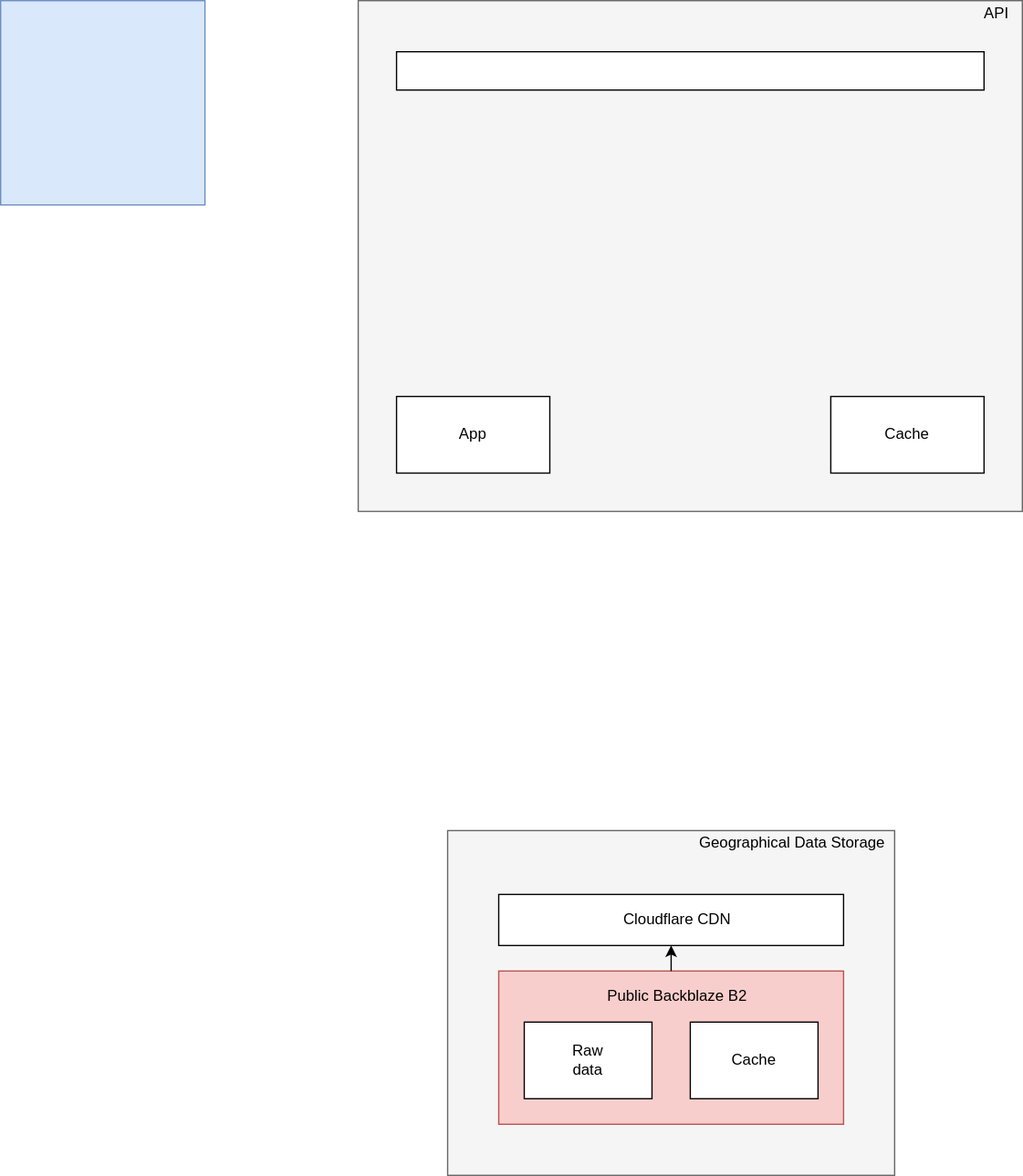
This is Untitled Diagram.svg from paradous/3D_houses, a draw.io export, as it was before one commit. Source tidied: cells renumbered, new cells last; positions are measured from the earlier drawing's top-left corner, leaving out a move shared by most shapes. The source it was exported from:
```xml
<mxGraphModel>
  <root>
    <mxCell id="0" />
    <mxCell id="1" parent="0" />
    <mxCell id="2" style="rounded=0;whiteSpace=wrap;html=1;fillColor=#dae8fc;strokeColor=#6c8ebf;" parent="1" vertex="1">
      <mxGeometry width="160" height="160" as="geometry" />
    </mxCell>
    <mxCell id="3" style="rounded=0;whiteSpace=wrap;html=1;fillColor=#f5f5f5;strokeColor=#666666;fontColor=#333333;" parent="1" vertex="1">
      <mxGeometry x="280" width="520" height="400" as="geometry" />
    </mxCell>
    <mxCell id="4" style="rounded=0;whiteSpace=wrap;html=1;fillColor=#f5f5f5;strokeColor=#666666;fontColor=#333333;" parent="1" vertex="1">
      <mxGeometry x="350" y="650" width="350" height="270" as="geometry" />
    </mxCell>
    <mxCell id="5" style="rounded=0;whiteSpace=wrap;html=1;" parent="1" vertex="1">
      <mxGeometry x="390" y="700" width="270" height="40" as="geometry" />
    </mxCell>
    <mxCell id="6" value="Cloudflare CDN" style="text;html=1;strokeColor=none;fillColor=none;align=center;verticalAlign=middle;whiteSpace=wrap;rounded=0;" parent="1" vertex="1">
      <mxGeometry x="430" y="710" width="200" height="20" as="geometry" />
    </mxCell>
    <mxCell id="7" style="rounded=0;whiteSpace=wrap;html=1;fillColor=#f8cecc;strokeColor=#b85450;" parent="1" vertex="1">
      <mxGeometry x="390" y="760" width="270" height="120" as="geometry" />
    </mxCell>
    <mxCell id="8" value="Public Backblaze B2" style="text;html=1;strokeColor=none;fillColor=none;align=center;verticalAlign=middle;whiteSpace=wrap;rounded=0;" parent="1" vertex="1">
      <mxGeometry x="470" y="770" width="120" height="20" as="geometry" />
    </mxCell>
    <mxCell id="9" value="Geographical Data Storage" style="text;html=1;strokeColor=none;fillColor=none;align=center;verticalAlign=middle;whiteSpace=wrap;rounded=0;" parent="1" vertex="1">
      <mxGeometry x="540" y="650" width="160" height="20" as="geometry" />
    </mxCell>
    <mxCell id="10" value="API" style="text;html=1;strokeColor=none;fillColor=none;align=center;verticalAlign=middle;whiteSpace=wrap;rounded=0;" parent="1" vertex="1">
      <mxGeometry x="760" width="40" height="20" as="geometry" />
    </mxCell>
    <mxCell id="11" style="rounded=0;whiteSpace=wrap;html=1;" parent="1" vertex="1">
      <mxGeometry x="310" y="40" width="460" height="30" as="geometry" />
    </mxCell>
    <mxCell id="12" style="rounded=0;whiteSpace=wrap;html=1;" parent="1" vertex="1">
      <mxGeometry x="310" y="310" width="120" height="60" as="geometry" />
    </mxCell>
    <mxCell id="13" value="App" style="text;html=1;strokeColor=none;fillColor=none;align=center;verticalAlign=middle;whiteSpace=wrap;rounded=0;" parent="1" vertex="1">
      <mxGeometry x="350" y="330" width="40" height="20" as="geometry" />
    </mxCell>
    <mxCell id="14" style="rounded=0;whiteSpace=wrap;html=1;" parent="1" vertex="1">
      <mxGeometry x="650" y="310" width="120" height="60" as="geometry" />
    </mxCell>
    <mxCell id="15" value="Cache" style="text;html=1;strokeColor=none;fillColor=none;align=center;verticalAlign=middle;whiteSpace=wrap;rounded=0;" parent="1" vertex="1">
      <mxGeometry x="690" y="330" width="40" height="20" as="geometry" />
    </mxCell>
    <mxCell id="16" style="rounded=0;whiteSpace=wrap;html=1;" parent="1" vertex="1">
      <mxGeometry x="410" y="800" width="100" height="60" as="geometry" />
    </mxCell>
    <mxCell id="17" style="rounded=0;whiteSpace=wrap;html=1;" parent="1" vertex="1">
      <mxGeometry x="540" y="800" width="100" height="60" as="geometry" />
    </mxCell>
    <mxCell id="18" value="Raw data" style="text;html=1;strokeColor=none;fillColor=none;align=center;verticalAlign=middle;whiteSpace=wrap;rounded=0;" parent="1" vertex="1">
      <mxGeometry x="440" y="820" width="40" height="20" as="geometry" />
    </mxCell>
    <mxCell id="19" value="Cache" style="text;html=1;strokeColor=none;fillColor=none;align=center;verticalAlign=middle;whiteSpace=wrap;rounded=0;" parent="1" vertex="1">
      <mxGeometry x="570" y="820" width="40" height="20" as="geometry" />
    </mxCell>
    <mxCell id="20" style="endArrow=classic;html=1;exitX=0.5;exitY=0;exitDx=0;exitDy=0;entryX=0.5;entryY=1;entryDx=0;entryDy=0;" parent="1" edge="1" source="7" target="5">
      <mxGeometry relative="1" as="geometry" />
    </mxCell>
  </root>
</mxGraphModel>
```
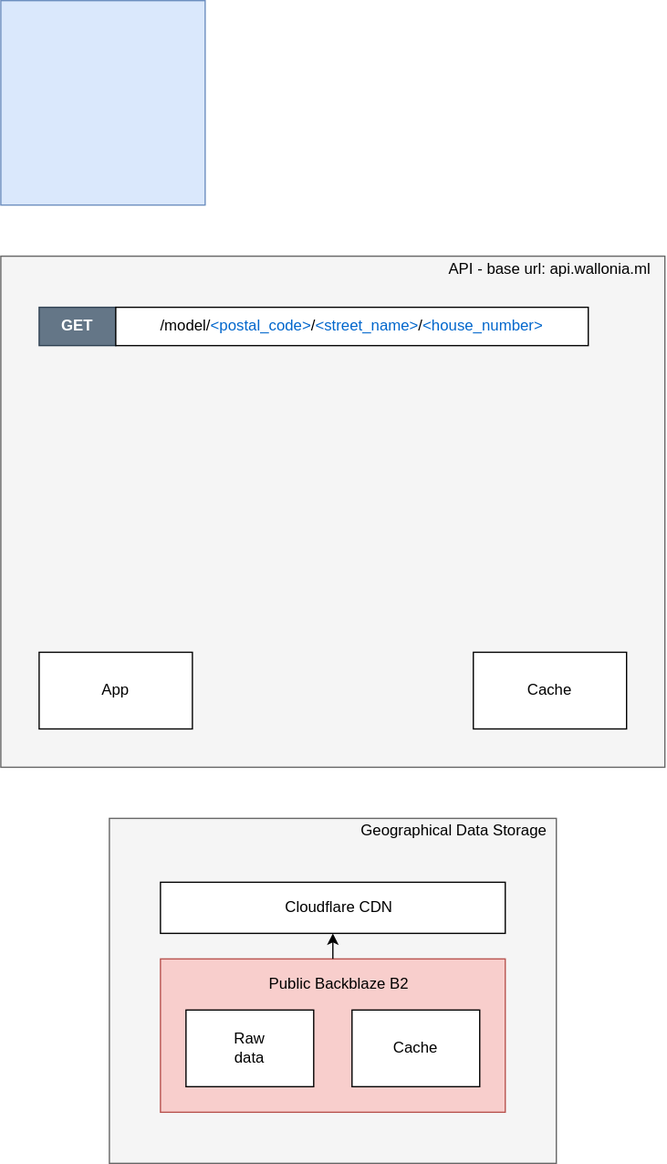
After the change.

The edit, as a diff of the source:
```diff
@@ -3,10 +3,10 @@
     <mxCell id="0" />
     <mxCell id="1" parent="0" />
     <mxCell id="2" style="rounded=0;whiteSpace=wrap;html=1;fillColor=#dae8fc;strokeColor=#6c8ebf;" parent="1" vertex="1">
-      <mxGeometry width="160" height="160" as="geometry" />
+      <mxGeometry x="265" y="10" width="160" height="160" as="geometry" />
     </mxCell>
     <mxCell id="3" style="rounded=0;whiteSpace=wrap;html=1;fillColor=#f5f5f5;strokeColor=#666666;fontColor=#333333;" parent="1" vertex="1">
-      <mxGeometry x="280" width="520" height="400" as="geometry" />
+      <mxGeometry x="265" y="210" width="520" height="400" as="geometry" />
     </mxCell>
     <mxCell id="4" style="rounded=0;whiteSpace=wrap;html=1;fillColor=#f5f5f5;strokeColor=#666666;fontColor=#333333;" parent="1" vertex="1">
       <mxGeometry x="350" y="650" width="350" height="270" as="geometry" />
@@ -26,23 +26,23 @@
     <mxCell id="9" value="Geographical Data Storage" style="text;html=1;strokeColor=none;fillColor=none;align=center;verticalAlign=middle;whiteSpace=wrap;rounded=0;" parent="1" vertex="1">
       <mxGeometry x="540" y="650" width="160" height="20" as="geometry" />
     </mxCell>
-    <mxCell id="10" value="API" style="text;html=1;strokeColor=none;fillColor=none;align=center;verticalAlign=middle;whiteSpace=wrap;rounded=0;" parent="1" vertex="1">
-      <mxGeometry x="760" width="40" height="20" as="geometry" />
+    <mxCell id="10" value="API - base url: api.wallonia.ml" style="text;html=1;strokeColor=none;fillColor=none;align=center;verticalAlign=middle;whiteSpace=wrap;rounded=0;" parent="1" vertex="1">
+      <mxGeometry x="605" y="210" width="180" height="20" as="geometry" />
     </mxCell>
-    <mxCell id="11" style="rounded=0;whiteSpace=wrap;html=1;" parent="1" vertex="1">
-      <mxGeometry x="310" y="40" width="460" height="30" as="geometry" />
+    <mxCell id="11" style="rounded=0;whiteSpace=wrap;html=1;fillColor=#647687;strokeColor=#314354;fontColor=#ffffff;" parent="1" vertex="1">
+      <mxGeometry x="295" y="250" width="60" height="30" as="geometry" />
     </mxCell>
     <mxCell id="12" style="rounded=0;whiteSpace=wrap;html=1;" parent="1" vertex="1">
-      <mxGeometry x="310" y="310" width="120" height="60" as="geometry" />
+      <mxGeometry x="295" y="520" width="120" height="60" as="geometry" />
     </mxCell>
     <mxCell id="13" value="App" style="text;html=1;strokeColor=none;fillColor=none;align=center;verticalAlign=middle;whiteSpace=wrap;rounded=0;" parent="1" vertex="1">
-      <mxGeometry x="350" y="330" width="40" height="20" as="geometry" />
+      <mxGeometry x="335" y="540" width="40" height="20" as="geometry" />
     </mxCell>
     <mxCell id="14" style="rounded=0;whiteSpace=wrap;html=1;" parent="1" vertex="1">
-      <mxGeometry x="650" y="310" width="120" height="60" as="geometry" />
+      <mxGeometry x="635" y="520" width="120" height="60" as="geometry" />
     </mxCell>
     <mxCell id="15" value="Cache" style="text;html=1;strokeColor=none;fillColor=none;align=center;verticalAlign=middle;whiteSpace=wrap;rounded=0;" parent="1" vertex="1">
-      <mxGeometry x="690" y="330" width="40" height="20" as="geometry" />
+      <mxGeometry x="675" y="540" width="40" height="20" as="geometry" />
     </mxCell>
     <mxCell id="16" style="rounded=0;whiteSpace=wrap;html=1;" parent="1" vertex="1">
       <mxGeometry x="410" y="800" width="100" height="60" as="geometry" />
@@ -59,5 +59,14 @@
     <mxCell id="20" style="endArrow=classic;html=1;exitX=0.5;exitY=0;exitDx=0;exitDy=0;entryX=0.5;entryY=1;entryDx=0;entryDy=0;" parent="1" edge="1" source="7" target="5">
       <mxGeometry relative="1" as="geometry" />
     </mxCell>
+    <mxCell id="21" value="&lt;b&gt;&lt;font color=&quot;#ffffff&quot;&gt;GET&lt;/font&gt;&lt;/b&gt;" style="text;html=1;strokeColor=none;fillColor=none;align=center;verticalAlign=middle;whiteSpace=wrap;rounded=0;" parent="1" vertex="1">
+      <mxGeometry x="305" y="255" width="40" height="20" as="geometry" />
+    </mxCell>
+    <mxCell id="22" style="rounded=0;whiteSpace=wrap;html=1;" parent="1" vertex="1">
+      <mxGeometry x="355" y="250" width="370" height="30" as="geometry" />
+    </mxCell>
+    <mxCell id="23" value="/model/&lt;font color=&quot;#0066cc&quot;&gt;&amp;lt;postal_code&amp;gt;&lt;/font&gt;/&lt;font color=&quot;#0066cc&quot;&gt;&amp;lt;street_name&amp;gt;&lt;/font&gt;/&lt;font color=&quot;#0066cc&quot;&gt;&amp;lt;house_number&amp;gt;&lt;/font&gt;" style="text;html=1;strokeColor=none;fillColor=none;align=center;verticalAlign=middle;whiteSpace=wrap;rounded=0;" parent="1" vertex="1">
+      <mxGeometry x="355" y="255" width="370" height="20" as="geometry" />
+    </mxCell>
   </root>
 </mxGraphModel>
```
